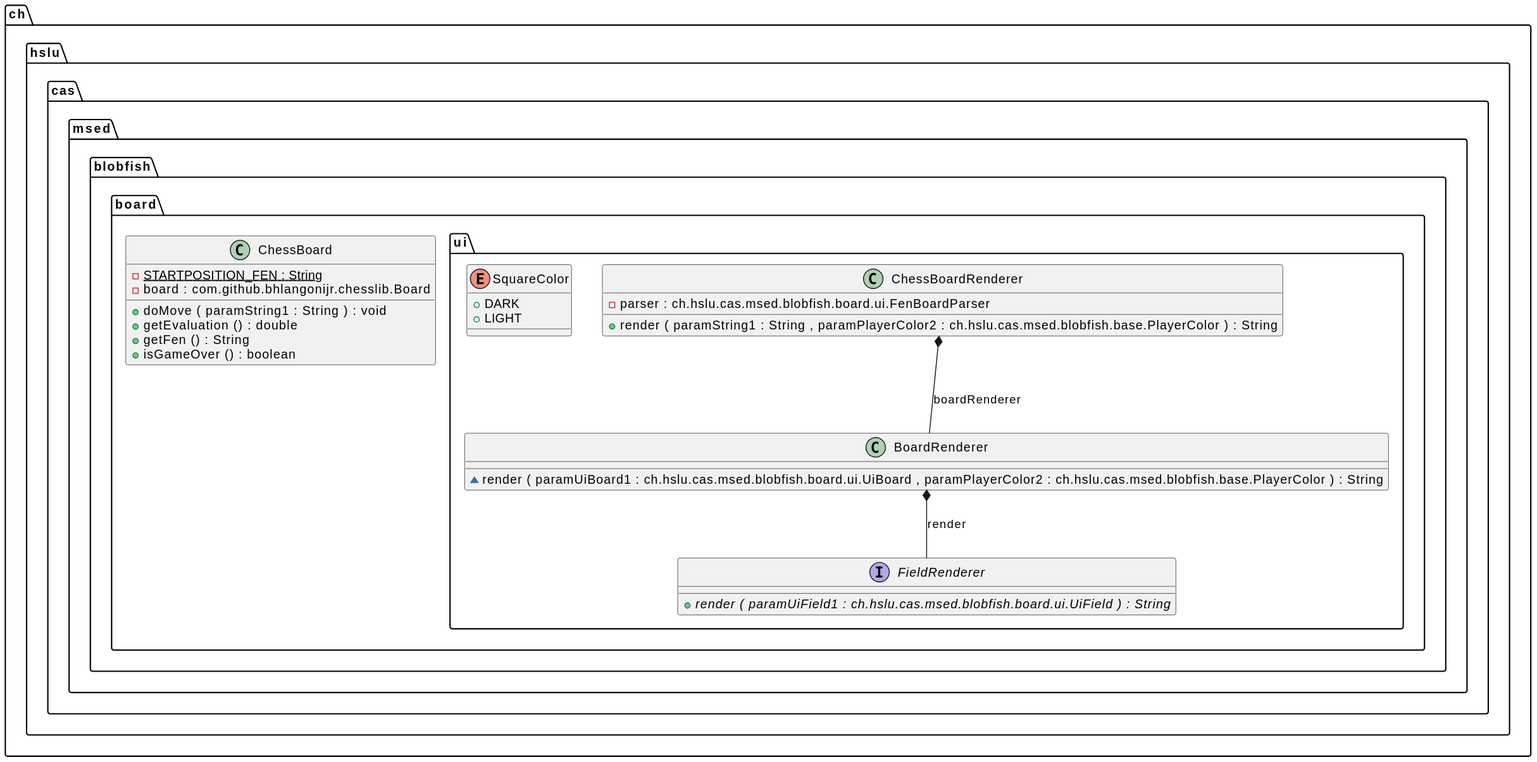
Before: docs/generated-diagrams/board.svg, a diagram exported from PlantUML (l2c0r3/blobfish).
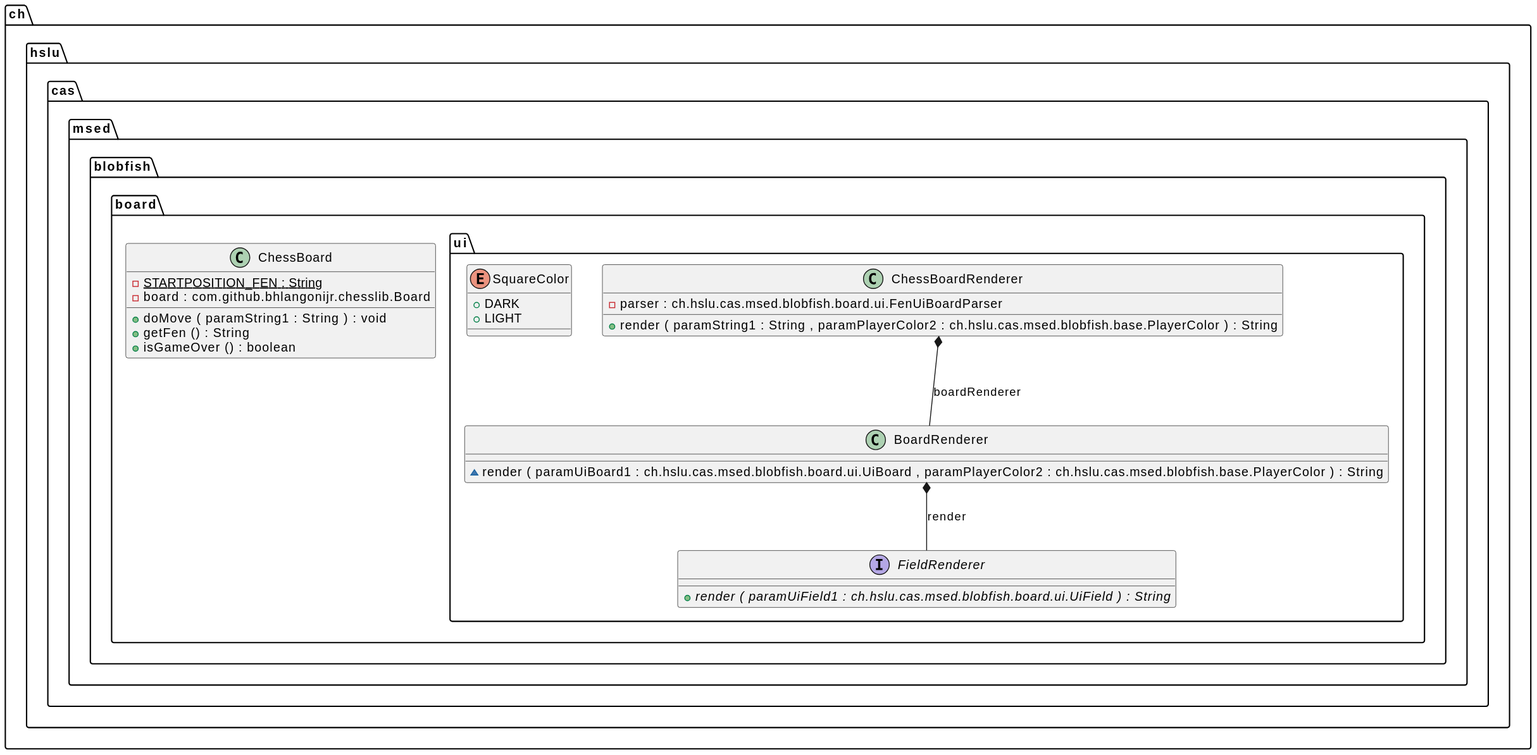
The same file after the commit.

Diff of the diagram source:
```diff
@@ -3,7 +3,6 @@
 	{field} {static} -STARTPOSITION_FEN : String
 	{field} -board : com.github.bhlangonijr.chesslib.Board
 	{method} +doMove ( paramString1 : String ) : void
-	{method} +getEvaluation () : double
 	{method} +getFen () : String
 	{method} +isGameOver () : boolean
 }
@@ -15,7 +14,7 @@
 
 
 class ch.hslu.cas.msed.blobfish.board.ui.ChessBoardRenderer {
-	{field} -parser : ch.hslu.cas.msed.blobfish.board.ui.FenBoardParser
+	{field} -parser : ch.hslu.cas.msed.blobfish.board.ui.FenUiBoardParser
 	{method} +render ( paramString1 : String , paramPlayerColor2 : ch.hslu.cas.msed.blobfish.base.PlayerColor ) : String
 }
 
```
